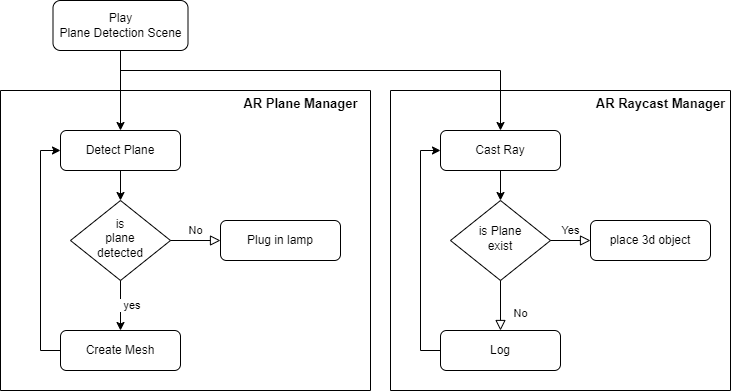
henry2craftman/ARProject keeps this draw.io diagram as Images/planeDetection.png. Above is the earlier version. Source tidied: cells renumbered, new cells last; positions are measured from the earlier drawing's top-left corner, leaving out a move shared by most shapes.
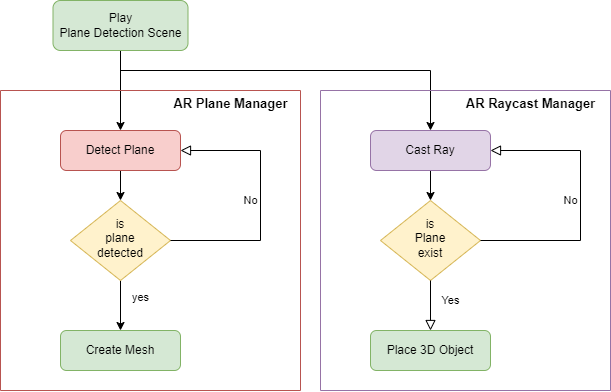
The same file after the commit.

Commit message:
Add: Flowchart 이미지 수정 및 추가

What changed in the source:
```diff
@@ -9,72 +9,75 @@
       <mxGeometry relative="1" as="geometry">
         <Array as="points">
           <mxPoint x="120" y="70" />
-          <mxPoint x="500" y="70" />
+          <mxPoint x="430" y="70" />
         </Array>
       </mxGeometry>
     </mxCell>
-    <mxCell id="4" value="Play &lt;br&gt;Plane Detection Scene" style="rounded=1;whiteSpace=wrap;html=1;fontSize=12;glass=0;strokeWidth=1;shadow=0;" parent="1" vertex="1">
+    <mxCell id="4" value="Play &lt;br&gt;Plane Detection Scene" style="rounded=1;whiteSpace=wrap;html=1;fontSize=12;glass=0;strokeWidth=1;shadow=0;fillColor=#d5e8d4;strokeColor=#82b366;" parent="1" vertex="1">
       <mxGeometry x="52.5" width="135" height="50" as="geometry" />
     </mxCell>
-    <mxCell id="5" style="swimlane;startSize=0;" parent="1" vertex="1">
-      <mxGeometry y="90" width="370" height="300" as="geometry" />
+    <mxCell id="5" style="swimlane;startSize=0;fillColor=#f8cecc;strokeColor=#b85450;gradientColor=none;" parent="1" vertex="1">
+      <mxGeometry y="90" width="300" height="300" as="geometry" />
     </mxCell>
     <mxCell id="6" value="&lt;font style=&quot;font-size: 13px;&quot;&gt;AR Plane Manager&lt;/font&gt;" style="text;strokeColor=none;fillColor=none;html=1;fontSize=24;fontStyle=1;verticalAlign=middle;align=center;" parent="5" vertex="1">
-      <mxGeometry x="250" y="-10" width="100" height="40" as="geometry" />
+      <mxGeometry x="180" y="-10" width="100" height="40" as="geometry" />
     </mxCell>
+    <mxCell id="25" style="edgeStyle=orthogonalEdgeStyle;rounded=0;jettySize=auto;html=1;entryX=0.5;entryY=0;entryDx=0;entryDy=0;" parent="5" edge="1" source="7" target="10">
+      <mxGeometry relative="1" as="geometry" />
+    </mxCell>
+    <mxCell id="11" value="yes" style="edgeLabel;html=1;align=center;verticalAlign=middle;" parent="25" vertex="1">
+      <mxGeometry x="-0.34" y="2" relative="1" as="geometry">
+        <mxPoint x="18" as="offset" />
+      </mxGeometry>
+    </mxCell>
-    <mxCell id="7" value="is&lt;br&gt;plane&lt;br&gt;detected" style="rhombus;whiteSpace=wrap;html=1;shadow=0;fontFamily=Helvetica;fontSize=12;align=center;strokeWidth=1;spacing=6;spacingTop=-4;" parent="5" vertex="1">
+    <mxCell id="7" value="is&lt;br&gt;plane&lt;br&gt;detected" style="rhombus;whiteSpace=wrap;html=1;shadow=0;fontFamily=Helvetica;fontSize=12;align=center;strokeWidth=1;spacing=6;spacingTop=-4;fillColor=#fff2cc;strokeColor=#d6b656;" parent="5" vertex="1">
       <mxGeometry x="70" y="110" width="100" height="80" as="geometry" />
     </mxCell>
-    <mxCell id="8" value="Plug in lamp" style="rounded=1;whiteSpace=wrap;html=1;fontSize=12;glass=0;strokeWidth=1;shadow=0;" parent="5" vertex="1">
-      <mxGeometry x="220" y="130" width="120" height="40" as="geometry" />
-    </mxCell>
-    <mxCell id="9" value="No" style="edgeStyle=orthogonalEdgeStyle;rounded=0;html=1;jettySize=auto;fontSize=11;endArrow=block;endFill=0;endSize=8;strokeWidth=1;shadow=0;labelBackgroundColor=none;" parent="5" edge="1" source="7" target="8">
-      <mxGeometry y="10" relative="1" as="geometry" />
+    <mxCell id="9" value="No" style="edgeStyle=orthogonalEdgeStyle;rounded=0;html=1;jettySize=auto;fontSize=11;endArrow=block;endFill=0;endSize=8;strokeWidth=1;shadow=0;labelBackgroundColor=none;entryX=1;entryY=0.5;entryDx=0;entryDy=0;" parent="5" edge="1" source="7" target="13">
+      <mxGeometry y="10" relative="1" as="geometry">
+        <Array as="points">
+          <mxPoint x="260" y="150" />
+          <mxPoint x="260" y="60" />
+        </Array>
+      </mxGeometry>
     </mxCell>
-    <mxCell id="10" value="Create Mesh" style="rounded=1;whiteSpace=wrap;html=1;fontSize=12;glass=0;strokeWidth=1;shadow=0;" parent="5" vertex="1">
+    <mxCell id="10" value="Create Mesh" style="rounded=1;whiteSpace=wrap;html=1;fontSize=12;glass=0;strokeWidth=1;shadow=0;fillColor=#d5e8d4;strokeColor=#82b366;" parent="5" vertex="1">
       <mxGeometry x="60" y="240" width="120" height="40" as="geometry" />
     </mxCell>
-    <mxCell id="11" value="&amp;nbsp;yes" style="edgeStyle=orthogonalEdgeStyle;rounded=0;jettySize=auto;html=1;exitX=0.5;exitY=1;exitDx=0;exitDy=0;entryX=0.5;entryY=0;entryDx=0;entryDy=0;" parent="5" edge="1" source="7" target="10">
-      <mxGeometry y="10" relative="1" as="geometry" />
-    </mxCell>
     <mxCell id="12" style="edgeStyle=orthogonalEdgeStyle;rounded=0;jettySize=auto;html=1;exitX=0.5;exitY=1;exitDx=0;exitDy=0;entryX=0.5;entryY=0;entryDx=0;entryDy=0;" parent="5" edge="1" source="13" target="7">
       <mxGeometry relative="1" as="geometry" />
     </mxCell>
-    <mxCell id="13" value="Detect Plane" style="rounded=1;whiteSpace=wrap;html=1;fontSize=12;glass=0;strokeWidth=1;shadow=0;" parent="5" vertex="1">
+    <mxCell id="13" value="Detect Plane" style="rounded=1;whiteSpace=wrap;html=1;fontSize=12;glass=0;strokeWidth=1;shadow=0;fillColor=#f8cecc;strokeColor=#b85450;" parent="5" vertex="1">
       <mxGeometry x="60" y="40" width="120" height="40" as="geometry" />
     </mxCell>
-    <mxCell id="14" style="edgeStyle=orthogonalEdgeStyle;rounded=0;jettySize=auto;html=1;exitX=0;exitY=0.5;exitDx=0;exitDy=0;entryX=0;entryY=0.5;entryDx=0;entryDy=0;" parent="5" edge="1" source="10" target="13">
-      <mxGeometry relative="1" as="geometry" />
-    </mxCell>
-    <mxCell id="15" style="swimlane;startSize=0;" parent="1" vertex="1">
-      <mxGeometry x="390" y="90" width="340" height="300" as="geometry" />
+    <mxCell id="15" style="swimlane;startSize=0;fillColor=#e1d5e7;strokeColor=#9673a6;" parent="1" vertex="1">
+      <mxGeometry x="320" y="90" width="290" height="300" as="geometry" />
     </mxCell>
-    <mxCell id="16" value="is Plane&lt;br&gt;exist" style="rhombus;whiteSpace=wrap;html=1;shadow=0;fontFamily=Helvetica;fontSize=12;align=center;strokeWidth=1;spacing=6;spacingTop=-4;" parent="15" vertex="1">
+    <mxCell id="16" value="is&lt;br&gt;Plane&lt;br&gt;exist" style="rhombus;whiteSpace=wrap;html=1;shadow=0;fontFamily=Helvetica;fontSize=12;align=center;strokeWidth=1;spacing=6;spacingTop=-4;fillColor=#fff2cc;strokeColor=#d6b656;" parent="15" vertex="1">
       <mxGeometry x="60" y="110" width="100" height="80" as="geometry" />
     </mxCell>
-    <mxCell id="17" value="Log" style="rounded=1;whiteSpace=wrap;html=1;fontSize=12;glass=0;strokeWidth=1;shadow=0;" parent="15" vertex="1">
+    <mxCell id="17" value="Place 3D Object" style="rounded=1;whiteSpace=wrap;html=1;fontSize=12;glass=0;strokeWidth=1;shadow=0;fillColor=#d5e8d4;strokeColor=#82b366;" parent="15" vertex="1">
       <mxGeometry x="50" y="240" width="120" height="40" as="geometry" />
     </mxCell>
-    <mxCell id="18" value="No" style="rounded=0;html=1;jettySize=auto;fontSize=11;endArrow=block;endFill=0;endSize=8;strokeWidth=1;shadow=0;labelBackgroundColor=none;edgeStyle=orthogonalEdgeStyle;" parent="15" edge="1" source="16" target="17">
-      <mxGeometry x="0.33" y="20" relative="1" as="geometry" />
+    <mxCell id="18" value="Yes" style="rounded=0;html=1;jettySize=auto;fontSize=11;endArrow=block;endFill=0;endSize=8;strokeWidth=1;shadow=0;labelBackgroundColor=none;edgeStyle=orthogonalEdgeStyle;" parent="15" edge="1" source="16" target="17">
+      <mxGeometry x="-0.2" y="20" relative="1" as="geometry" />
     </mxCell>
-    <mxCell id="19" value="place 3d object" style="rounded=1;whiteSpace=wrap;html=1;fontSize=12;glass=0;strokeWidth=1;shadow=0;" parent="15" vertex="1">
-      <mxGeometry x="200" y="130" width="120" height="40" as="geometry" />
-    </mxCell>
-    <mxCell id="20" value="Yes" style="edgeStyle=orthogonalEdgeStyle;rounded=0;html=1;jettySize=auto;fontSize=11;endArrow=block;endFill=0;endSize=8;strokeWidth=1;shadow=0;labelBackgroundColor=none;" parent="15" edge="1" source="16" target="19">
-      <mxGeometry y="10" relative="1" as="geometry" />
+    <mxCell id="20" value="No" style="edgeStyle=orthogonalEdgeStyle;rounded=0;html=1;jettySize=auto;fontSize=11;endArrow=block;endFill=0;endSize=8;strokeWidth=1;shadow=0;labelBackgroundColor=none;entryX=1;entryY=0.5;entryDx=0;entryDy=0;" parent="15" edge="1" source="16" target="22">
+      <mxGeometry y="10" relative="1" as="geometry">
+        <Array as="points">
+          <mxPoint x="260" y="150" />
+          <mxPoint x="260" y="60" />
+        </Array>
+      </mxGeometry>
     </mxCell>
     <mxCell id="21" style="edgeStyle=orthogonalEdgeStyle;rounded=0;jettySize=auto;html=1;entryX=0.5;entryY=0;entryDx=0;entryDy=0;" parent="15" edge="1" source="22" target="16">
       <mxGeometry relative="1" as="geometry" />
     </mxCell>
-    <mxCell id="22" value="Cast Ray" style="rounded=1;whiteSpace=wrap;html=1;fontSize=12;glass=0;strokeWidth=1;shadow=0;" parent="15" vertex="1">
+    <mxCell id="22" value="Cast Ray" style="rounded=1;whiteSpace=wrap;html=1;fontSize=12;glass=0;strokeWidth=1;shadow=0;fillColor=#e1d5e7;strokeColor=#9673a6;" parent="15" vertex="1">
       <mxGeometry x="50" y="40" width="120" height="40" as="geometry" />
     </mxCell>
-    <mxCell id="23" style="edgeStyle=orthogonalEdgeStyle;rounded=0;jettySize=auto;html=1;exitX=0;exitY=0.5;exitDx=0;exitDy=0;entryX=0;entryY=0.5;entryDx=0;entryDy=0;" parent="15" edge="1" source="17" target="22">
-      <mxGeometry relative="1" as="geometry" />
-    </mxCell>
     <mxCell id="24" value="&lt;font style=&quot;font-size: 13px;&quot;&gt;AR Raycast Manager&lt;/font&gt;" style="text;strokeColor=none;fillColor=none;html=1;fontSize=24;fontStyle=1;verticalAlign=middle;align=center;" parent="15" vertex="1">
-      <mxGeometry x="220" y="-10" width="100" height="40" as="geometry" />
+      <mxGeometry x="160" y="-10" width="100" height="40" as="geometry" />
     </mxCell>
   </root>
 </mxGraphModel>
```
